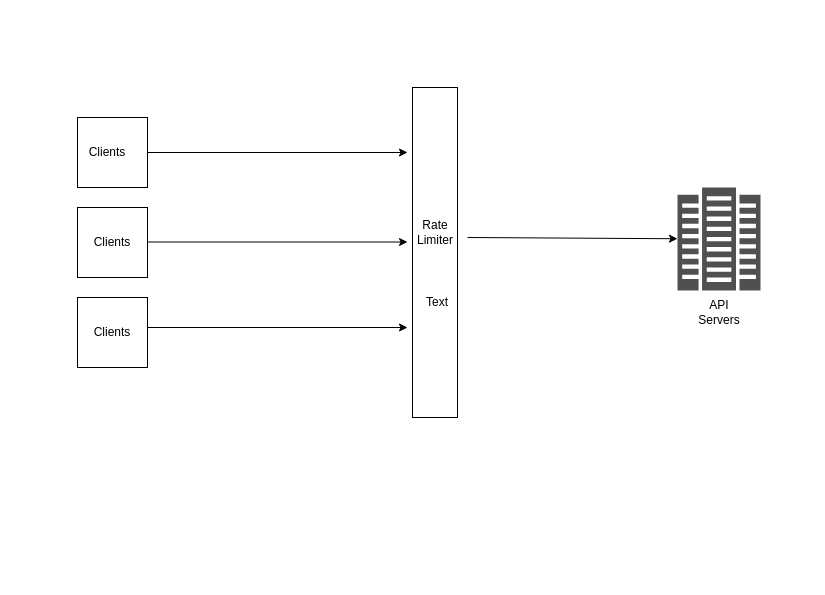
Before: rate-limiter/rate-limiter.drawio in ramesh-singh-35/system-design, a draw.io diagram. Source tidied: cells renumbered, new cells numbered last; positions are measured from the earlier drawing's top-left corner, leaving out a move shared by most shapes. Both pictures are drawn from the tidied source at 100%, with x=0, y=0 at pixel (77, 87).
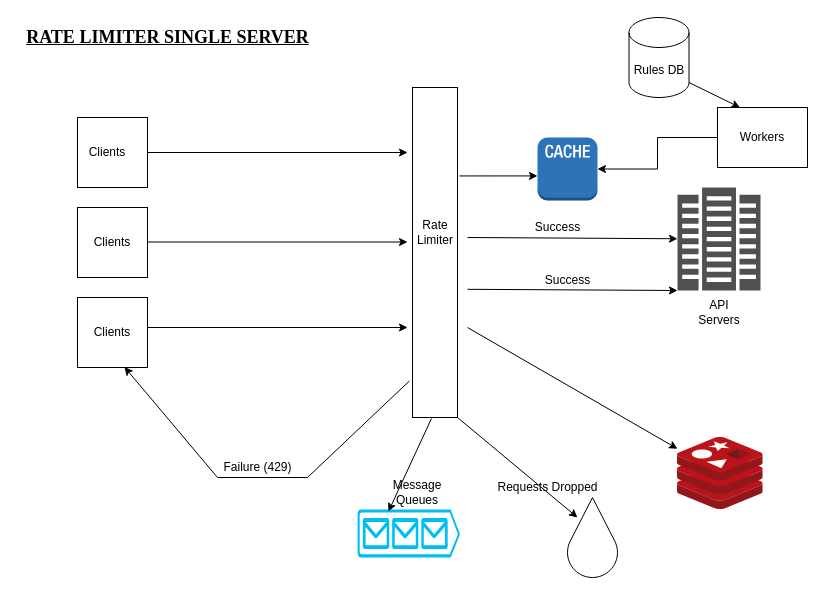
Above is the later version.

Commit message (it also covers changes not shown here):
Designing rate limiter app.

The change refers to these unchanged cells:
```xml
<mxCell id="4" style="html=1;points=[];perimeter=orthogonalPerimeter;" parent="1" vertex="1">
  <mxGeometry x="335" width="45" height="330" as="geometry" />
</mxCell>
<mxCell id="6" style="whiteSpace=wrap;html=1;" parent="1" vertex="1">
  <mxGeometry y="210" width="70" height="70" as="geometry" />
</mxCell>
```

What changed in the source:
```diff
@@
-    <mxCell id="16" value="Text" style="text;html=1;strokeColor=none;fillColor=none;align=center;verticalAlign=middle;whiteSpace=wrap;rounded=0;" parent="1" vertex="1">
-      <mxGeometry x="330" y="200" width="60" height="30" as="geometry" />
-    </mxCell>
+    <mxCell id="17" style="sketch=0;html=1;points=[];align=center;image;fontSize=12;image=img/lib/mscae/Cache_Redis_Product.svg;" parent="1" vertex="1">
+      <mxGeometry x="600" y="350" width="85.7" height="72" as="geometry" />
+    </mxCell>
+    <mxCell id="18" style="endArrow=classic;html=1;rounded=0;" parent="1" edge="1" target="17">
+      <mxGeometry relative="1" as="geometry">
+        <mxPoint x="390" y="240" as="sourcePoint" />
+      </mxGeometry>
+    </mxCell>
+    <mxCell id="19" value="Rules DB" style="shape=cylinder3;whiteSpace=wrap;html=1;boundedLbl=1;backgroundOutline=1;size=15;" parent="1" vertex="1">
+      <mxGeometry x="551.5" y="-70" width="60" height="80" as="geometry" />
+    </mxCell>
+    <mxCell id="20" value="Message Queues" style="text;html=1;strokeColor=none;fillColor=none;align=center;verticalAlign=middle;whiteSpace=wrap;rounded=0;" parent="1" vertex="1">
+      <mxGeometry x="310" y="390" width="60" height="30" as="geometry" />
+    </mxCell>
+    <mxCell id="21" style="edgeStyle=orthogonalEdgeStyle;rounded=0;jettySize=auto;html=1;entryX=1;entryY=0.5;entryDx=0;entryDy=0;entryPerimeter=0;" parent="1" edge="1" source="22" target="23">
+      <mxGeometry relative="1" as="geometry" />
+    </mxCell>
+    <mxCell id="22" value="Workers" style="rounded=0;whiteSpace=wrap;html=1;" parent="1" vertex="1">
+      <mxGeometry x="640" y="20" width="90" height="60" as="geometry" />
+    </mxCell>
+    <mxCell id="23" style="outlineConnect=0;dashed=0;verticalLabelPosition=bottom;verticalAlign=top;align=center;html=1;shape=mxgraph.aws3.cache_node;fillColor=#2E73B8;gradientColor=none;" parent="1" vertex="1">
+      <mxGeometry x="460" y="50" width="60" height="63" as="geometry" />
+    </mxCell>
+    <mxCell id="24" style="endArrow=classic;html=1;rounded=0;entryX=0.25;entryY=0;entryDx=0;entryDy=0;" parent="1" edge="1" target="22">
+      <mxGeometry relative="1" as="geometry">
+        <mxPoint x="611.5" y="-5" as="sourcePoint" />
+      </mxGeometry>
+    </mxCell>
+    <mxCell id="25" style="endArrow=classic;html=1;rounded=0;exitX=1.044;exitY=0.268;exitDx=0;exitDy=0;exitPerimeter=0;entryX=0;entryY=0.61;entryDx=0;entryDy=0;entryPerimeter=0;" parent="1" edge="1" source="4" target="23">
+      <mxGeometry relative="1" as="geometry" />
+    </mxCell>
+    <mxCell id="26" value="Success" style="text;html=1;align=center;verticalAlign=middle;strokeColor=none;fillColor=none;" parent="1" vertex="1">
+      <mxGeometry x="450" y="130" width="60" height="20" as="geometry" />
+    </mxCell>
+    <mxCell id="27" value="Success" style="text;html=1;align=center;verticalAlign=middle;strokeColor=none;fillColor=none;" parent="1" vertex="1">
+      <mxGeometry x="460" y="183" width="60" height="20" as="geometry" />
+    </mxCell>
+    <mxCell id="28" style="endArrow=classic;html=1;rounded=0;" parent="1" edge="1">
+      <mxGeometry relative="1" as="geometry">
+        <mxPoint x="390" y="201.8" as="sourcePoint" />
+        <mxPoint x="600" y="203" as="targetPoint" />
+      </mxGeometry>
+    </mxCell>
+    <mxCell id="29" style="endArrow=classic;html=1;rounded=0;entryX=0.671;entryY=0.993;entryDx=0;entryDy=0;entryPerimeter=0;exitX=-0.067;exitY=0.889;exitDx=0;exitDy=0;exitPerimeter=0;" parent="1" edge="1" source="4" target="6">
+      <mxGeometry relative="1" as="geometry">
+        <Array as="points">
+          <mxPoint x="230" y="390" />
+          <mxPoint x="140" y="390" />
+        </Array>
+      </mxGeometry>
+    </mxCell>
+    <mxCell id="30" value="Failure (429)" style="text;html=1;align=center;verticalAlign=middle;strokeColor=none;fillColor=none;" parent="1" vertex="1">
+      <mxGeometry x="140" y="370" width="80" height="20" as="geometry" />
+    </mxCell>
+    <mxCell id="31" style="verticalLabelPosition=bottom;verticalAlign=top;html=1;shape=mxgraph.basic.drop;" parent="1" vertex="1">
+      <mxGeometry x="490" y="410" width="50" height="80" as="geometry" />
+    </mxCell>
+    <mxCell id="32" style="endArrow=classic;html=1;rounded=0;entryX=0.2;entryY=0.25;entryDx=0;entryDy=0;entryPerimeter=0;" parent="1" edge="1" source="4" target="31">
+      <mxGeometry relative="1" as="geometry" />
+    </mxCell>
+    <mxCell id="33" value="Requests Dropped" style="text;html=1;align=center;verticalAlign=middle;strokeColor=none;fillColor=none;" parent="1" vertex="1">
+      <mxGeometry x="410" y="390" width="120" height="20" as="geometry" />
+    </mxCell>
+    <mxCell id="34" style="verticalLabelPosition=bottom;html=1;verticalAlign=top;align=center;strokeColor=none;fillColor=#00BEF2;shape=mxgraph.azure.queue_generic;" parent="1" vertex="1">
+      <mxGeometry x="280" y="422" width="102.5" height="48" as="geometry" />
+    </mxCell>
+    <mxCell id="35" style="endArrow=classic;html=1;rounded=0;entryX=0.302;entryY=0.042;entryDx=0;entryDy=0;entryPerimeter=0;exitX=0.422;exitY=1.003;exitDx=0;exitDy=0;exitPerimeter=0;" parent="1" edge="1" source="4" target="34">
+      <mxGeometry relative="1" as="geometry" />
+    </mxCell>
+    <mxCell id="36" value="&lt;font face=&quot;Times New Roman&quot; style=&quot;font-size: 18px&quot;&gt;&lt;b&gt;&lt;u&gt;RATE LIMITER SINGLE SERVER&lt;/u&gt;&lt;/b&gt;&lt;/font&gt;" style="text;html=1;align=center;verticalAlign=middle;strokeColor=none;fillColor=none;" parent="1" vertex="1">
+      <mxGeometry x="-60" y="-60" width="300" height="20" as="geometry" />
+    </mxCell>
```
